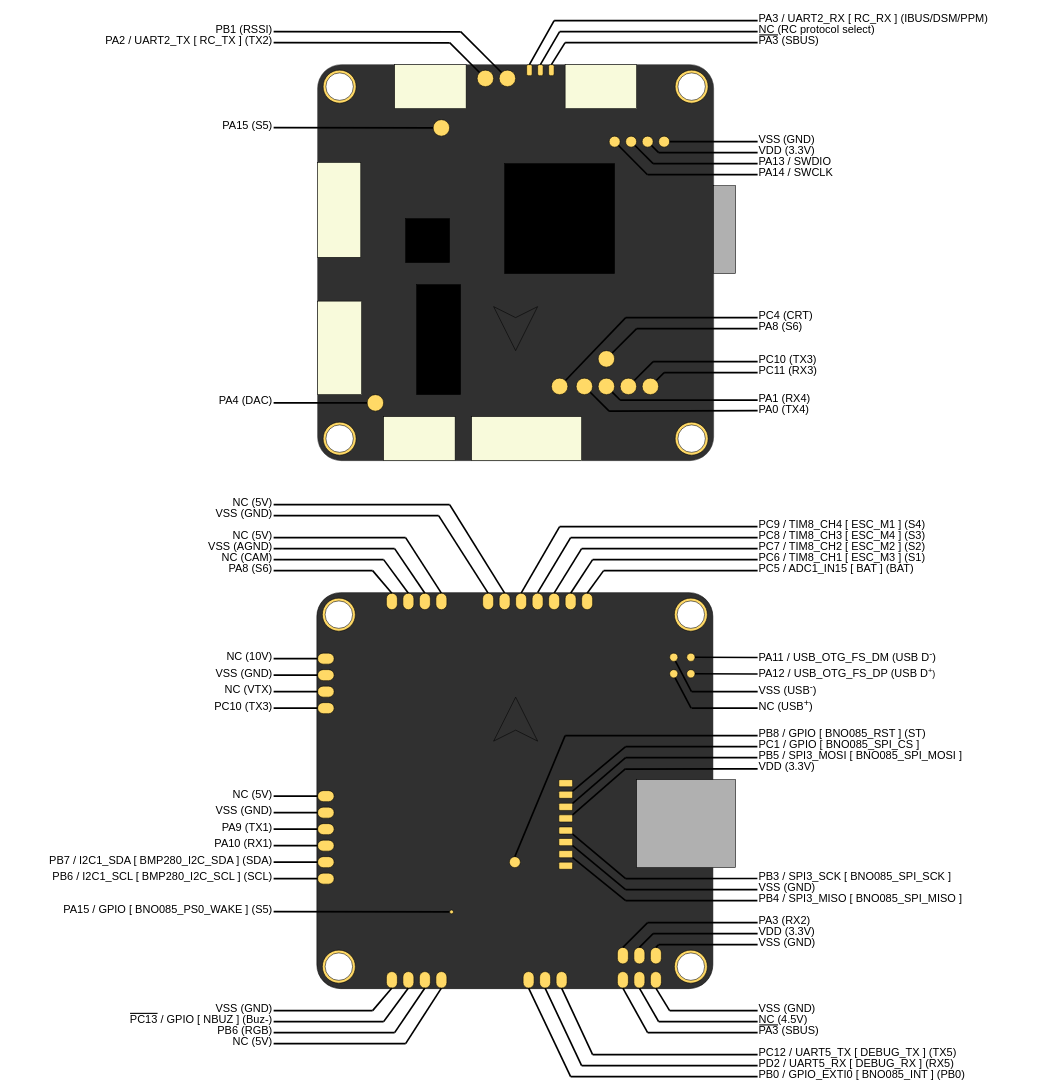
This is documentation/TCMMRC_F4129.drawio from SiCeater/STM32_F405_TCMMRC_F4129_Quadcopter_Drone, a draw.io file, before an edit. Source tidied: cells renumbered, new cells numbered last; positions are measured from the earlier drawing's top-left corner, leaving out a move shared by most shapes. Both pictures are drawn from the tidied source at 55%, with x=0, y=0 at pixel (9, 9).
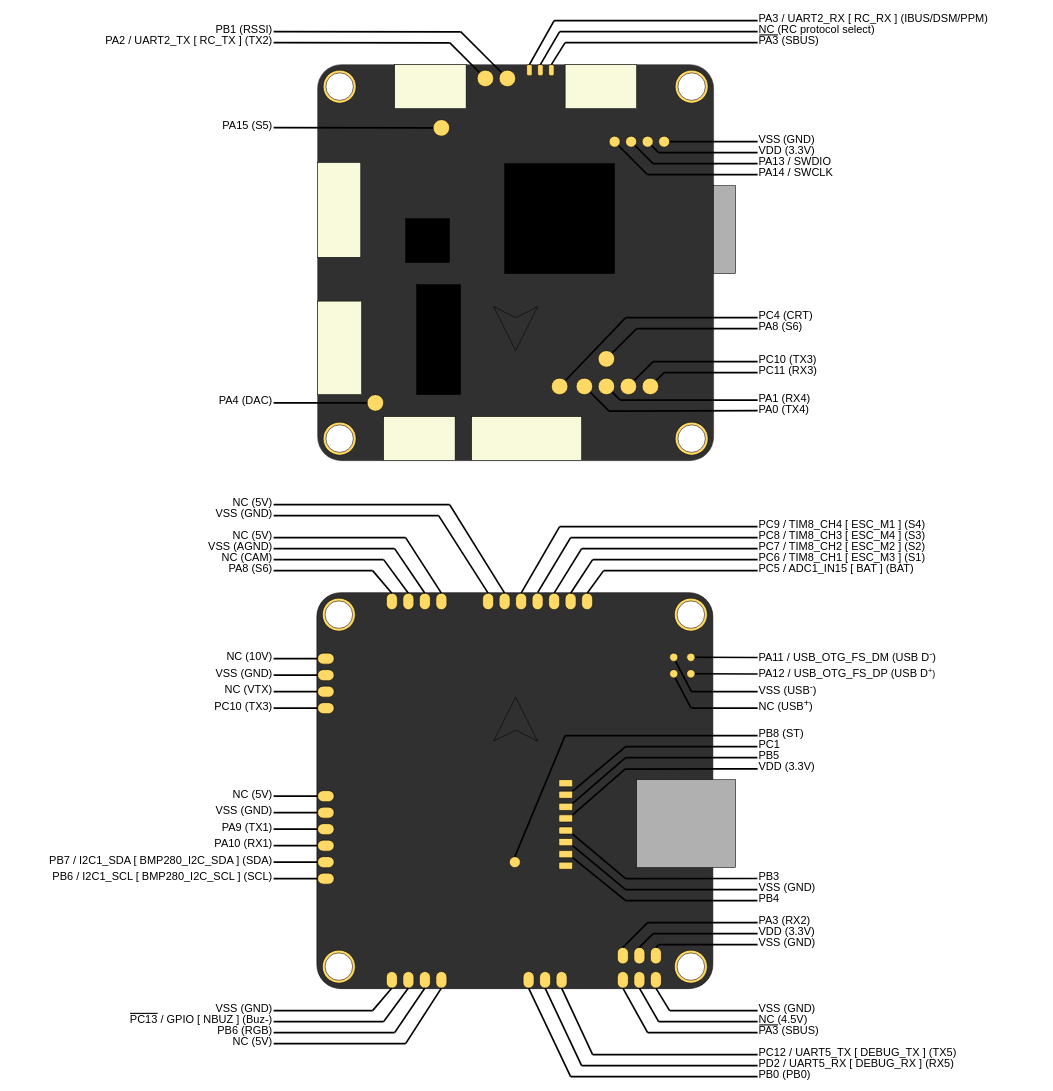
The same page after the edit.

The edit, as a diff of the source:
```diff
@@
-    <mxCell id="234" value="PB8 / GPIO [ BNO085_RST ] (ST)" style="text;html=1;whiteSpace=wrap;strokeColor=none;fillColor=none;align=left;verticalAlign=middle;rounded=0;fontSize=20;fontColor=light-dark(#000000,#FFFFFF);" parent="1" vertex="1">
+    <mxCell id="234" value="PB8 (ST)" style="text;html=1;whiteSpace=wrap;strokeColor=none;fillColor=none;align=left;verticalAlign=middle;rounded=0;fontSize=20;fontColor=light-dark(#000000,#FFFFFF);" parent="1" vertex="1">
       <mxGeometry x="1360" y="1300" width="410" height="30" as="geometry" />
     </mxCell>
-    <mxCell id="235" value="PC1 / GPIO [ BNO085_SPI_CS ]" style="text;html=1;whiteSpace=wrap;strokeColor=none;fillColor=none;align=left;verticalAlign=middle;rounded=0;fontSize=20;fontColor=light-dark(#000000,#FFFFFF);" parent="1" vertex="1">
+    <mxCell id="235" value="PC1" style="text;html=1;whiteSpace=wrap;strokeColor=none;fillColor=none;align=left;verticalAlign=middle;rounded=0;fontSize=20;fontColor=light-dark(#000000,#FFFFFF);" parent="1" vertex="1">
       <mxGeometry x="1360" y="1320" width="350" height="30" as="geometry" />
     </mxCell>
-    <mxCell id="236" value="PB5 / SPI3_MOSI [ BNO085_SPI_MOSI ]" style="text;html=1;whiteSpace=wrap;strokeColor=none;fillColor=none;align=left;verticalAlign=middle;rounded=0;fontSize=20;fontColor=light-dark(#000000,#FFFFFF);" parent="1" vertex="1">
+    <mxCell id="236" value="PB5" style="text;html=1;whiteSpace=wrap;strokeColor=none;fillColor=none;align=left;verticalAlign=middle;rounded=0;fontSize=20;fontColor=light-dark(#000000,#FFFFFF);" parent="1" vertex="1">
       <mxGeometry x="1360" y="1340" width="410" height="30" as="geometry" />
     </mxCell>
@@
-    <mxCell id="238" value="PB3 / SPI3_SCK [ BNO085_SPI_SCK ]" style="text;html=1;whiteSpace=wrap;strokeColor=none;fillColor=none;align=left;verticalAlign=middle;rounded=0;fontSize=20;fontColor=light-dark(#000000,#FFFFFF);" parent="1" vertex="1">
+    <mxCell id="238" value="PB3" style="text;html=1;whiteSpace=wrap;strokeColor=none;fillColor=none;align=left;verticalAlign=middle;rounded=0;fontSize=20;fontColor=light-dark(#000000,#FFFFFF);" parent="1" vertex="1">
       <mxGeometry x="1360" y="1560" width="370" height="30" as="geometry" />
     </mxCell>
@@
-    <mxCell id="240" value="PB4 / SPI3_MISO [ BNO085_SPI_MISO ]" style="text;html=1;whiteSpace=wrap;strokeColor=none;fillColor=none;align=left;verticalAlign=middle;rounded=0;fontSize=20;fontColor=light-dark(#000000,#FFFFFF);" parent="1" vertex="1">
+    <mxCell id="240" value="PB4" style="text;html=1;whiteSpace=wrap;strokeColor=none;fillColor=none;align=left;verticalAlign=middle;rounded=0;fontSize=20;fontColor=light-dark(#000000,#FFFFFF);" parent="1" vertex="1">
       <mxGeometry x="1360" y="1600" width="420" height="30" as="geometry" />
     </mxCell>
@@
-    <mxCell id="249" value="PB0 / GPIO_EXTI0 [ BNO085_INT ] (PB0)" style="text;html=1;whiteSpace=wrap;strokeColor=none;fillColor=none;align=left;verticalAlign=middle;rounded=0;fontSize=20;fontColor=light-dark(#000000,#FFFFFF);" parent="1" vertex="1">
+    <mxCell id="249" value="PB0 (PB0)" style="text;html=1;whiteSpace=wrap;strokeColor=none;fillColor=none;align=left;verticalAlign=middle;rounded=0;fontSize=20;fontColor=light-dark(#000000,#FFFFFF);" parent="1" vertex="1">
       <mxGeometry x="1360" y="1920" width="442" height="30" as="geometry" />
     </mxCell>
@@
-    <mxCell id="279" style="endArrow=none;html=1;rounded=0;strokeWidth=3;strokeColor=light-dark(#000000,#FFFFFF);" parent="1" edge="1" source="281">
+    <mxCell id="279" style="endArrow=none;html=1;rounded=0;strokeWidth=3;strokeColor=light-dark(#000000,#FFFFFF);" parent="1" edge="1">
       <mxGeometry relative="1" as="geometry">
+        <mxPoint x="800" y="1640.5" as="sourcePoint" />
         <mxPoint x="800" y="1640" as="targetPoint" />
       </mxGeometry>
     </mxCell>
-    <mxCell id="280" style="endArrow=none;html=1;rounded=0;strokeWidth=3;strokeColor=light-dark(#000000,#FFFFFF);" parent="1" edge="1" target="281">
-      <mxGeometry relative="1" as="geometry">
-        <mxPoint x="480" y="1640" as="sourcePoint" />
-      </mxGeometry>
-    </mxCell>
-    <mxCell id="281" style="ellipse;whiteSpace=wrap;html=1;fillColor=light-dark(#FFD966,#FFD966);" parent="1" vertex="1">
-      <mxGeometry x="800" y="1637" width="7" height="7" as="geometry" />
-    </mxCell>
-    <mxCell id="282" value="PA15 / GPIO [ BNO085_PS0_WAKE ] (S5)" style="text;html=1;whiteSpace=wrap;strokeColor=none;fillColor=none;align=right;verticalAlign=middle;rounded=0;fontSize=20;fontColor=light-dark(#000000,#FFFFFF);" parent="1" vertex="1">
-      <mxGeometry x="70" y="1620" width="410" height="30" as="geometry" />
-    </mxCell>
```
